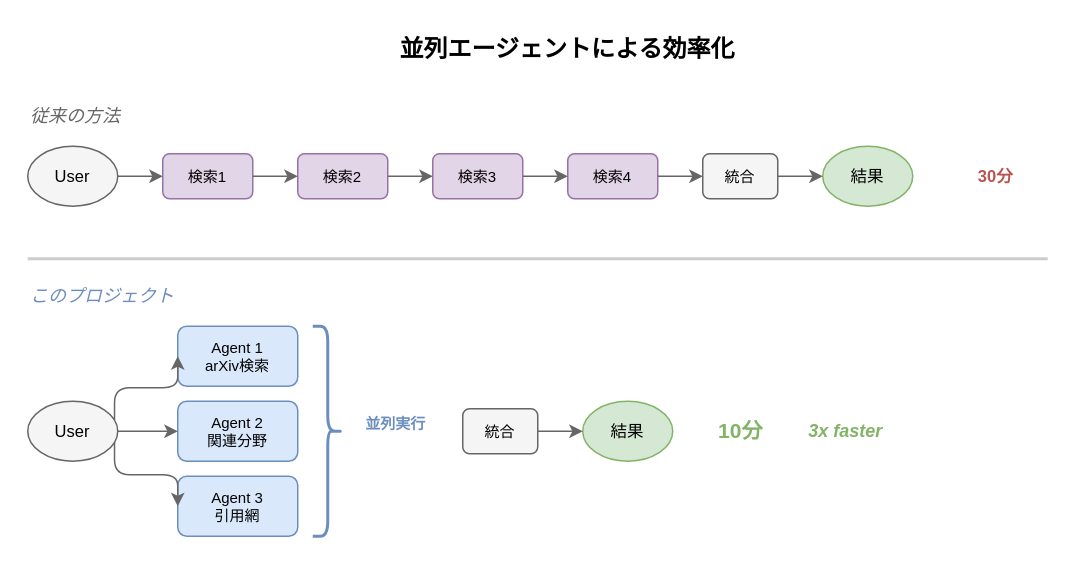
Above: docs/images/parallel-agents.drawio in nakano1122/research-with-AI-on-your-shoulder (draw.io), before the change. Source tidied: cells renumbered, new cells numbered last; positions are measured from the earlier drawing's top-left corner, leaving out a move shared by most shapes. Both pictures are drawn from the tidied source at 150%, with x=0, y=0 at pixel (27, 26).
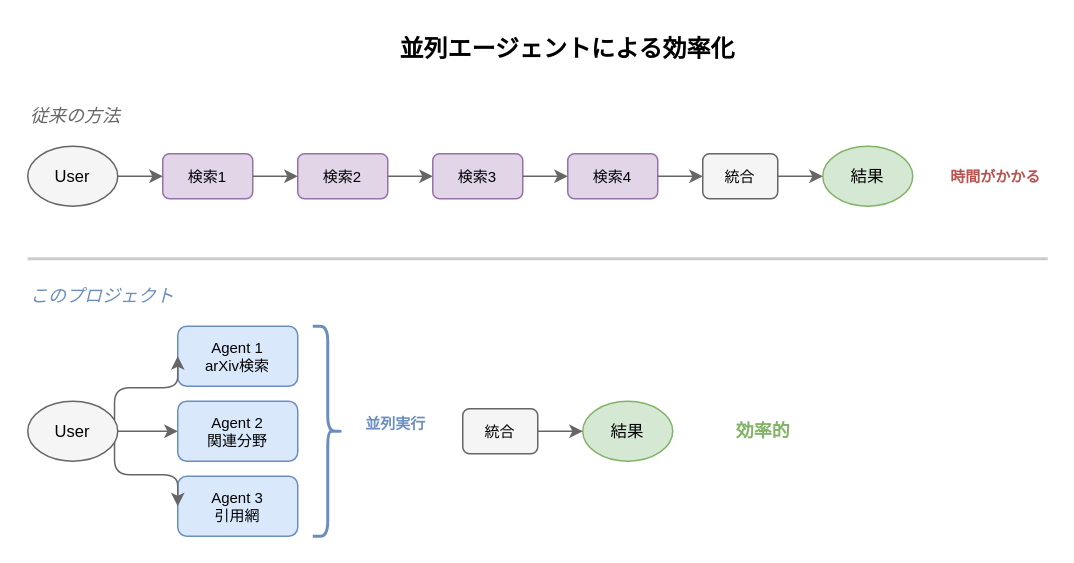
After the change.

Commit message (it also covers changes not shown here):
fix: parallel-agents図から具体的な数値を削除

30分→10分、3x faster を「時間がかかる」「効率的」に変更

Change to the diagram source:
```diff
@@
-    <mxCell id="11" value="30分" style="text;html=1;strokeColor=none;fillColor=none;align=center;verticalAlign=middle;fontSize=11;fontColor=#b85450;fontStyle=1;" parent="1" vertex="1">
-      <mxGeometry x="620" y="85" width="50" height="30" as="geometry" />
+    <mxCell id="11" value="時間がかかる" style="text;html=1;strokeColor=none;fillColor=none;align=center;verticalAlign=middle;fontSize=10;fontColor=#b85450;fontStyle=1;" parent="1" vertex="1">
+      <mxGeometry x="610" y="85" width="70" height="30" as="geometry" />
     </mxCell>
@@
-    <mxCell id="28" value="10分" style="text;html=1;strokeColor=none;fillColor=none;align=center;verticalAlign=middle;fontSize=14;fontColor=#82b366;fontStyle=1;" parent="1" vertex="1">
-      <mxGeometry x="450" y="255" width="50" height="30" as="geometry" />
+    <mxCell id="28" value="効率的" style="text;html=1;strokeColor=none;fillColor=none;align=center;verticalAlign=middle;fontSize=12;fontColor=#82b366;fontStyle=1;" parent="1" vertex="1">
+      <mxGeometry x="460" y="255" width="60" height="30" as="geometry" />
     </mxCell>
-    <mxCell id="29" value="3x faster" style="text;html=1;strokeColor=none;fillColor=none;align=center;verticalAlign=middle;fontSize=12;fontColor=#82b366;fontStyle=3;" parent="1" vertex="1">
-      <mxGeometry x="510" y="255" width="70" height="30" as="geometry" />
-    </mxCell>
```
